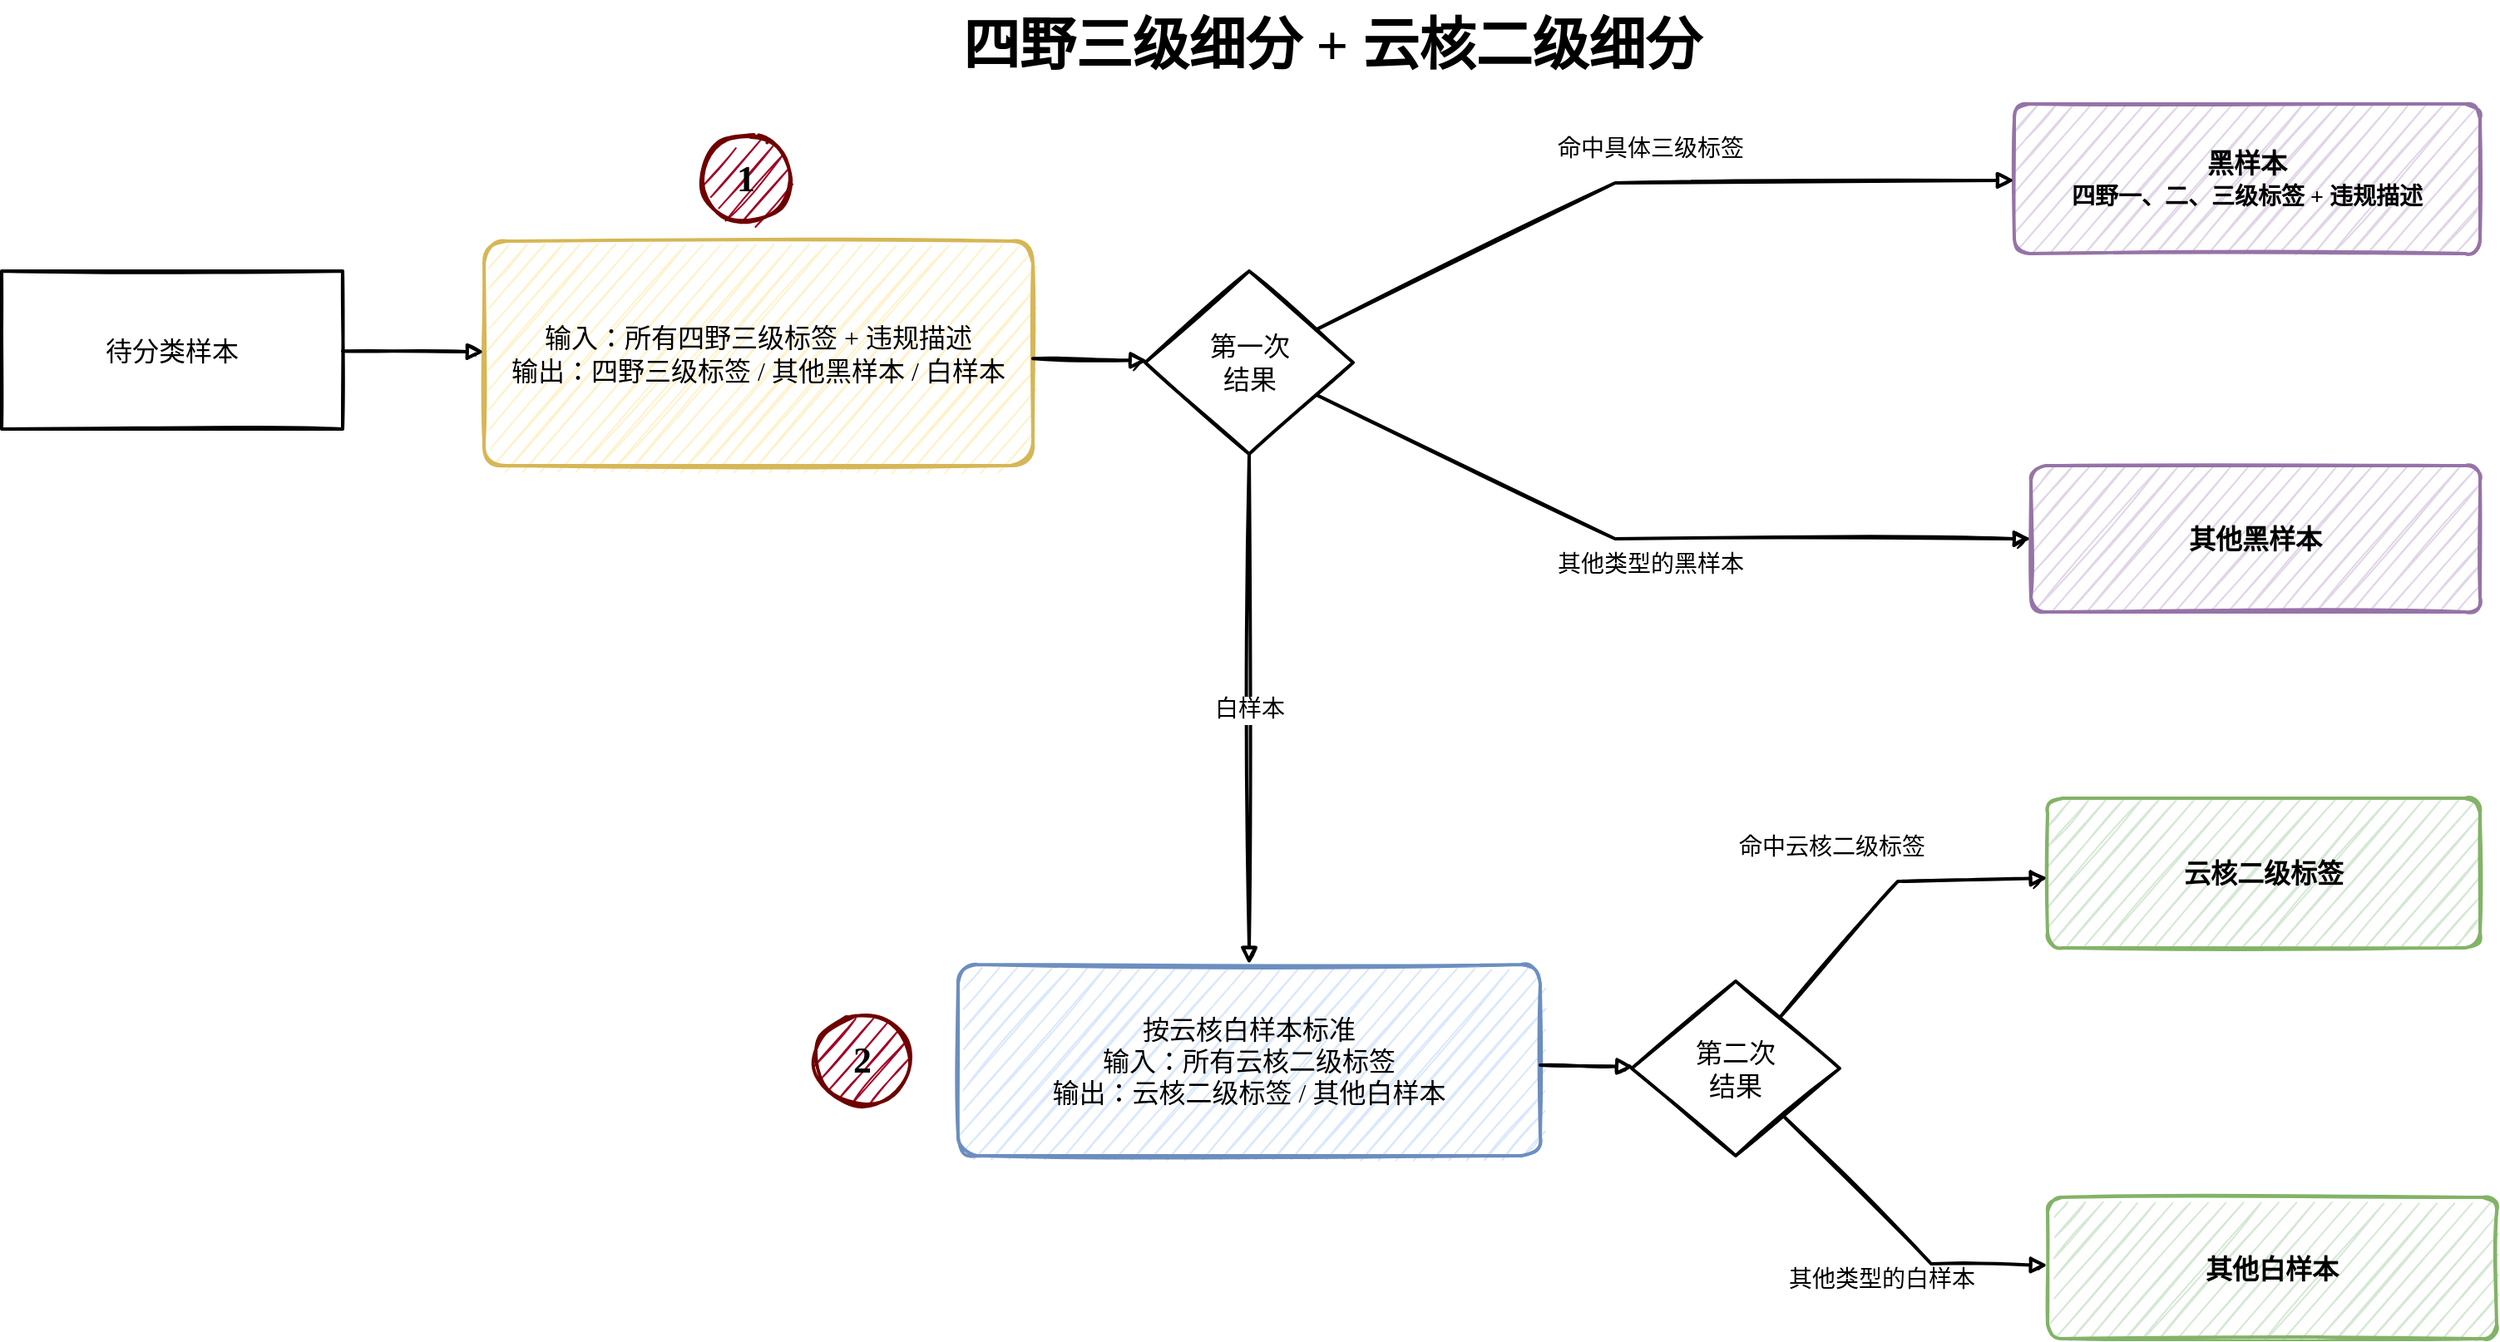
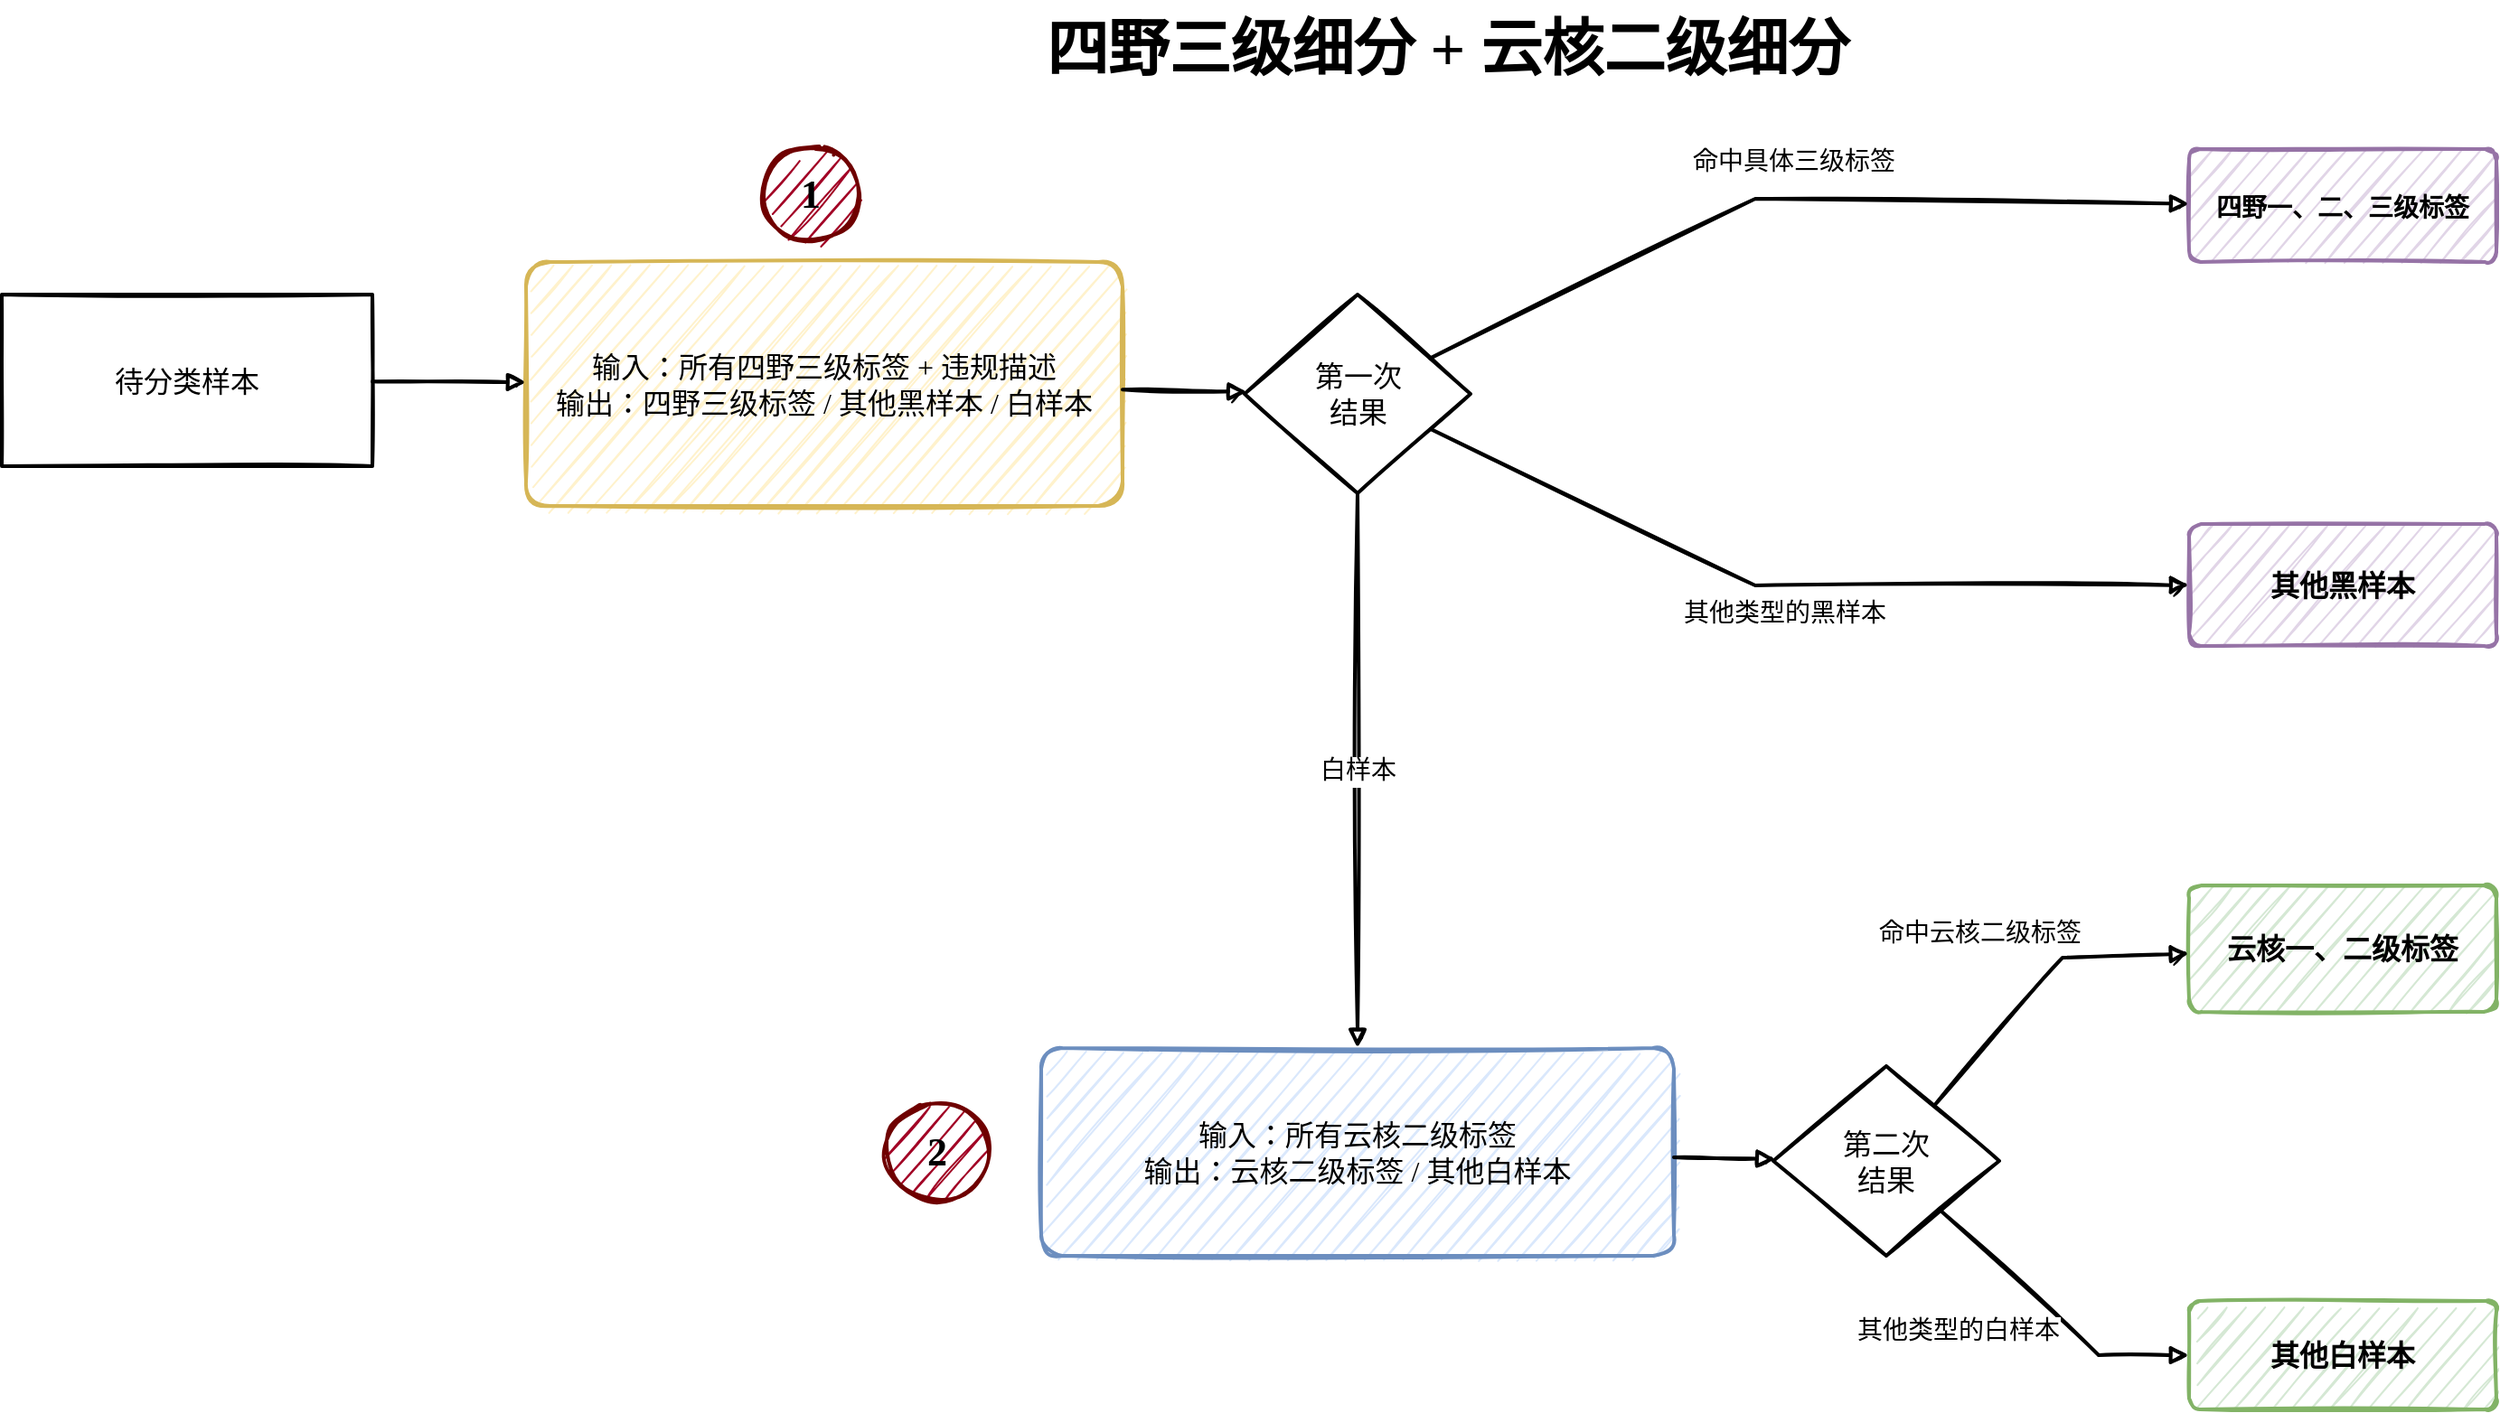
<mxfile host="app.diagrams.net">
  <diagram name="第 1 页" id="O6OdnoE2uYeRQ8ACVb-3">
    <mxGraphModel dx="3071" dy="863" grid="1" gridSize="10" guides="1" tooltips="1" connect="1" arrows="1" fold="1" page="1" pageScale="1" pageWidth="1500" pageHeight="900" math="0" shadow="0">
      <root>
        <mxCell id="0" />
        <mxCell id="1" parent="0" />
        <mxCell id="title" parent="1" style="text;html=1;strokeColor=none;fillColor=none;align=center;verticalAlign=middle;whiteSpace=wrap;rounded=0;fontFamily=Microsoft YaHei;fontSize=34;fontStyle=1;" value="四野三级细分 + 云核二级细分" vertex="1">
          <mxGeometry height="55" width="560" x="430" y="20" as="geometry" />
        </mxCell>
        <mxCell id="sample" parent="1" style="rounded=0;whiteSpace=wrap;html=1;spacing=8;fontFamily=Microsoft YaHei;fontSize=16;sketch=1;rough=1;strokeWidth=2;fillColor=#ffffff;strokeColor=#000000;" value="待分类样本" vertex="1">
          <mxGeometry height="95" width="205" x="-90" y="183" as="geometry" />
        </mxCell>
        <mxCell id="step1_num" parent="1" style="ellipse;whiteSpace=wrap;html=1;fillColor=#a20025;strokeColor=#6F0000;fontFamily=Microsoft YaHei;fontSize=22;fontStyle=1;strokeWidth=2;sketch=1;rough=1;fontColor=#000000;" value="1" vertex="1">
          <mxGeometry height="55" width="55" x="330" y="100" as="geometry" />
        </mxCell>
        <mxCell id="step1" parent="1" style="rounded=1;whiteSpace=wrap;html=1;arcSize=10;spacing=8;fontFamily=Microsoft YaHei;fontSize=16;sketch=1;rough=1;strokeWidth=2;fillColor=#fff2cc;strokeColor=#d6b656;" value="输入：所有四野三级标签 + 违规描述&lt;br&gt;输出：四野三级标签 / 其他黑样本 / 白样本" vertex="1">
          <mxGeometry height="135" width="330" x="200" y="165" as="geometry" />
        </mxCell>
        <mxCell id="decision1" parent="1" style="rhombus;whiteSpace=wrap;html=1;spacing=8;fillColor=#ffffff;strokeColor=#000000;fontFamily=Microsoft YaHei;fontSize=16;sketch=1;rough=1;strokeWidth=2;" value="第一次&lt;br&gt;结果" vertex="1">
          <mxGeometry height="110" width="125" x="597.5" y="183" as="geometry" />
        </mxCell>
-         <mxCell id="black" parent="1" style="rounded=1;whiteSpace=wrap;html=1;arcSize=10;spacing=8;fontFamily=Microsoft YaHei;fontSize=16;sketch=1;rough=1;strokeWidth=2;fillColor=#e1d5e7;strokeColor=#9673a6;fontStyle=1;align=center;verticalAlign=middle;" value="黑样本&lt;br&gt;&lt;span style=&#39;font-size:14px&#39;&gt;四野一、二、三级标签 + 违规描述&lt;/span&gt;" vertex="1">
-           <mxGeometry height="90" width="280" x="1120" y="82.5" as="geometry" />
+         <mxCell id="black" parent="1" style="rounded=1;whiteSpace=wrap;html=1;arcSize=10;spacing=8;fontFamily=Microsoft YaHei;fontSize=16;sketch=1;rough=1;strokeWidth=2;fillColor=#e1d5e7;strokeColor=#9673a6;fontStyle=1;align=center;verticalAlign=middle;" value="&lt;span style=&quot;font-size:14px&quot;&gt;四野一、二、三级标签&lt;/span&gt;" vertex="1">
+           <mxGeometry height="62.5" width="170" x="1120" y="102.5" as="geometry" />
        </mxCell>
        <mxCell id="other_black" parent="1" style="rounded=1;whiteSpace=wrap;html=1;arcSize=10;spacing=8;fontFamily=Microsoft YaHei;fontSize=16;sketch=1;rough=1;strokeWidth=2;fillColor=#e1d5e7;strokeColor=#9673a6;fontStyle=1;align=center;verticalAlign=middle;" value="其他黑样本" vertex="1">
-           <mxGeometry height="88" width="270" x="1130" y="300" as="geometry" />
+           <mxGeometry height="67.5" width="170" x="1120" y="310" as="geometry" />
        </mxCell>
        <mxCell id="step2_num" parent="1" style="ellipse;whiteSpace=wrap;html=1;fillColor=#a20025;strokeColor=#6F0000;fontFamily=Microsoft YaHei;fontSize=22;fontStyle=1;strokeWidth=2;sketch=1;rough=1;fontColor=#000000;" value="2" vertex="1">
          <mxGeometry height="55" width="55" x="400" y="630" as="geometry" />
        </mxCell>
-         <mxCell id="step2" parent="1" style="rounded=1;whiteSpace=wrap;html=1;arcSize=10;spacing=8;fontFamily=Microsoft YaHei;fontSize=16;sketch=1;rough=1;strokeWidth=2;fillColor=#dae8fc;strokeColor=#6c8ebf;" value="按云核白样本标准&lt;div&gt;输入：所有云核二级标签&lt;br&gt;输出：云核二级标签 / 其他白样本&lt;/div&gt;" vertex="1">
+         <mxCell id="step2" parent="1" style="rounded=1;whiteSpace=wrap;html=1;arcSize=10;spacing=8;fontFamily=Microsoft YaHei;fontSize=16;sketch=1;rough=1;strokeWidth=2;fillColor=#dae8fc;strokeColor=#6c8ebf;" value="&lt;div&gt;输入：所有云核二级标签&lt;br&gt;输出：云核二级标签 / 其他白样本&lt;/div&gt;" vertex="1">
          <mxGeometry height="115" width="350" x="485" y="600" as="geometry" />
        </mxCell>
        <mxCell id="decision2" parent="1" style="rhombus;whiteSpace=wrap;html=1;spacing=8;fillColor=#ffffff;strokeColor=#000000;fontFamily=Microsoft YaHei;fontSize=16;sketch=1;rough=1;strokeWidth=2;" value="第二次&lt;br&gt;结果" vertex="1">
          <mxGeometry height="105" width="125" x="890" y="610" as="geometry" />
        </mxCell>
-         <mxCell id="cloud_tag" parent="1" style="rounded=1;whiteSpace=wrap;html=1;arcSize=10;spacing=8;fontFamily=Microsoft YaHei;fontSize=16;sketch=1;rough=1;strokeWidth=2;fillColor=#d5e8d4;strokeColor=#82b366;fontStyle=1;" value="云核二级标签" vertex="1">
-           <mxGeometry height="90" width="260" x="1140" y="500" as="geometry" />
+         <mxCell id="cloud_tag" parent="1" style="rounded=1;whiteSpace=wrap;html=1;arcSize=10;spacing=8;fontFamily=Microsoft YaHei;fontSize=16;sketch=1;rough=1;strokeWidth=2;fillColor=#d5e8d4;strokeColor=#82b366;fontStyle=1;" value="云核一、二级标签" vertex="1">
+           <mxGeometry height="70" width="170" x="1120" y="510" as="geometry" />
        </mxCell>
        <mxCell id="other_white" parent="1" style="rounded=1;whiteSpace=wrap;html=1;arcSize=10;spacing=8;fontFamily=Microsoft YaHei;fontSize=16;sketch=1;rough=1;strokeWidth=2;fillColor=#d5e8d4;strokeColor=#82b366;fontStyle=1;align=center;verticalAlign=middle;fontColor=default;" value="其他白样本" vertex="1">
-           <mxGeometry height="85" width="270" x="1140" y="740" as="geometry" />
+           <mxGeometry height="60" width="170" x="1120" y="740" as="geometry" />
        </mxCell>
        <mxCell id="a_sample_step1" edge="1" parent="1" source="sample" style="endArrow=block;html=1;rounded=0;strokeColor=#000000;strokeWidth=2;sketch=1;rough=1;fontFamily=Microsoft YaHei;fontSize=14;" target="step1">
          <mxGeometry relative="1" as="geometry" />
        </mxCell>
        <mxCell id="a_step1_decision1" edge="1" parent="1" source="step1" style="endArrow=block;html=1;rounded=0;strokeColor=#000000;strokeWidth=2;sketch=1;rough=1;fontFamily=Microsoft YaHei;fontSize=14;" target="decision1">
          <mxGeometry relative="1" as="geometry" />
        </mxCell>
        <mxCell id="a_d1_black" edge="1" parent="1" source="decision1" style="endArrow=block;html=1;rounded=0;strokeColor=#000000;strokeWidth=2;sketch=1;rough=1;fontFamily=Microsoft YaHei;fontSize=14;" target="black" value="命中具体三级标签">
          <mxGeometry relative="1" x="0.0015" y="20" as="geometry">
            <mxPoint x="1" as="offset" />
            <Array as="points">
              <mxPoint x="880" y="130" />
            </Array>
          </mxGeometry>
        </mxCell>
        <mxCell id="a_d1_other_black" edge="1" parent="1" source="decision1" style="endArrow=block;html=1;rounded=0;strokeColor=#000000;strokeWidth=2;sketch=1;rough=1;fontFamily=Microsoft YaHei;fontSize=14;" target="other_black" value="其他类型的黑样本">
          <mxGeometry relative="1" x="-0.0236" y="-16" as="geometry">
            <mxPoint x="1" as="offset" />
            <Array as="points">
              <mxPoint x="880" y="344" />
            </Array>
          </mxGeometry>
        </mxCell>
        <mxCell id="a_d1_step2" edge="1" parent="1" source="decision1" style="endArrow=block;html=1;rounded=0;strokeColor=#000000;strokeWidth=2;sketch=1;rough=1;fontFamily=Microsoft YaHei;fontSize=14;" target="step2" value="白样本">
          <mxGeometry relative="1" as="geometry" />
        </mxCell>
        <mxCell id="a_step2_decision2" edge="1" parent="1" source="step2" style="endArrow=block;html=1;rounded=0;strokeColor=#000000;strokeWidth=2;sketch=1;rough=1;fontFamily=Microsoft YaHei;fontSize=14;" target="decision2">
          <mxGeometry relative="1" as="geometry" />
        </mxCell>
        <mxCell id="a_d2_cloud" edge="1" parent="1" source="decision2" style="endArrow=block;html=1;rounded=0;strokeColor=#000000;strokeWidth=2;sketch=1;rough=1;fontFamily=Microsoft YaHei;fontSize=14;" target="cloud_tag" value="命中云核二级标签">
          <mxGeometry relative="1" x="-0.0177" y="43" as="geometry">
            <mxPoint as="offset" />
            <Array as="points">
              <mxPoint x="1050" y="550" />
            </Array>
          </mxGeometry>
        </mxCell>
        <mxCell id="a_d2_other_white" edge="1" parent="1" source="decision2" style="endArrow=block;html=1;rounded=0;strokeColor=#000000;strokeWidth=2;sketch=1;rough=1;fontFamily=Microsoft YaHei;fontSize=14;" target="other_white" value="其他类型的白样本">
-           <mxGeometry relative="1" x="0.1406" y="-28" as="geometry">
-             <mxPoint as="offset" />
+           <mxGeometry relative="1" x="-0.3736" y="-42" as="geometry">
+             <mxPoint x="-1" as="offset" />
            <Array as="points">
-               <mxPoint x="1070" y="780" />
+               <mxPoint x="1070" y="770" />
            </Array>
          </mxGeometry>
        </mxCell>
      </root>
    </mxGraphModel>
  </diagram>
</mxfile>
